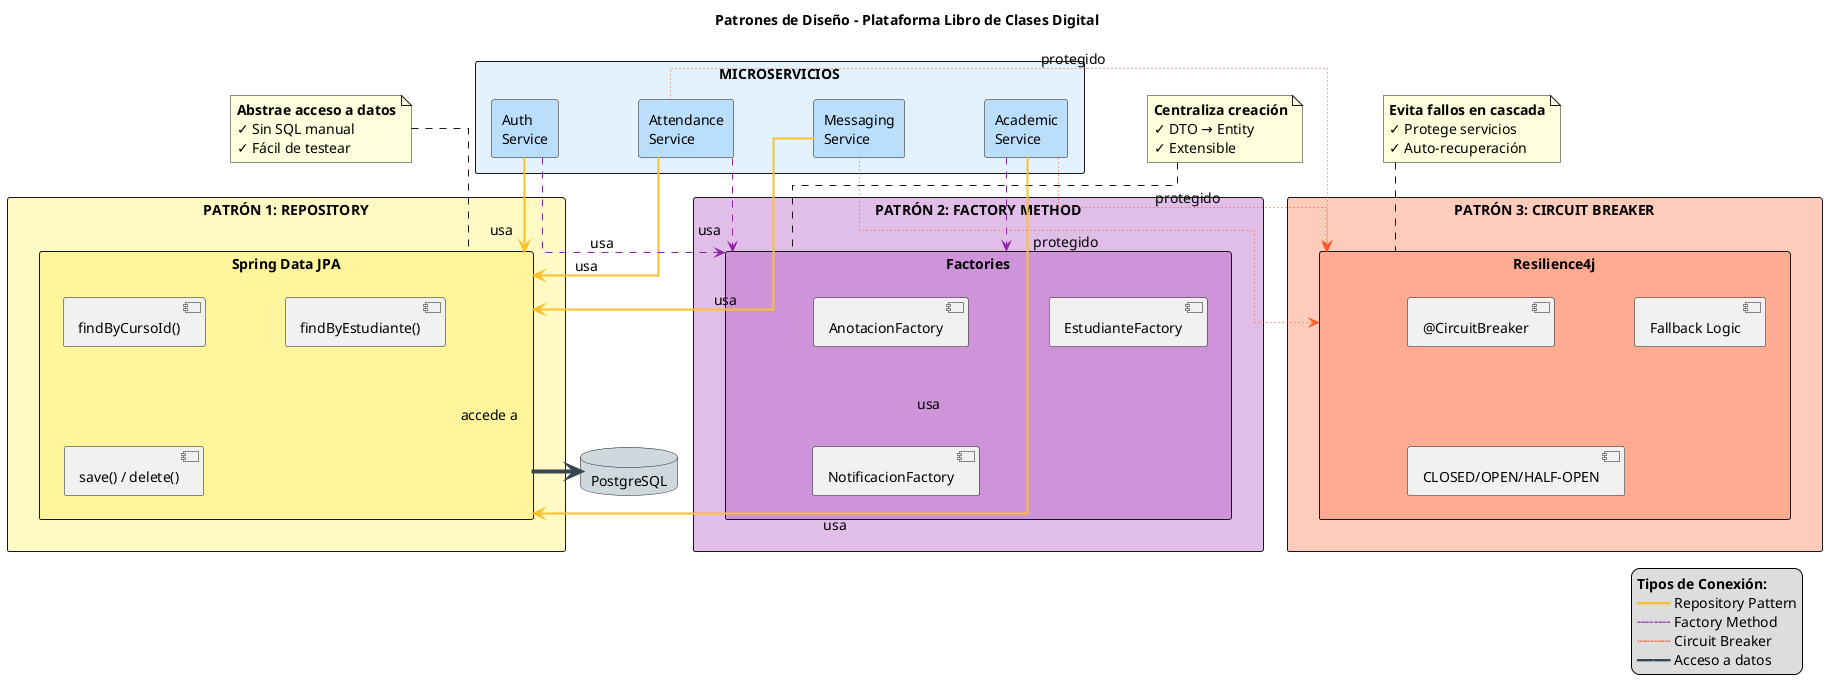
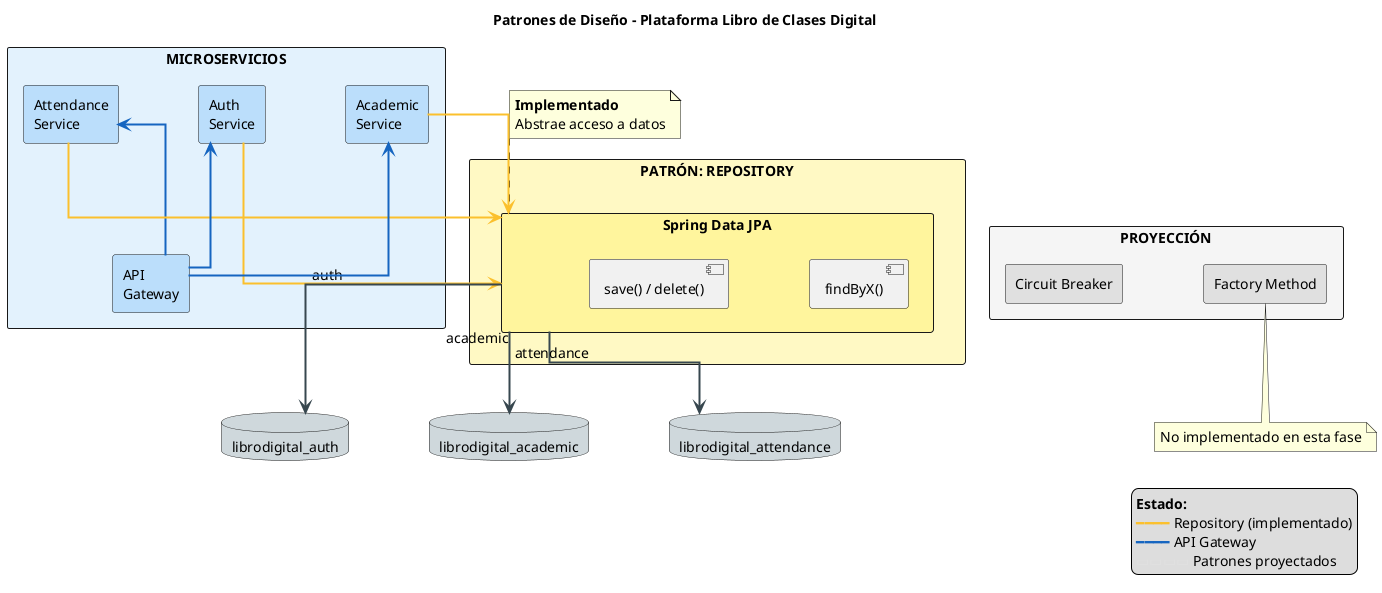
- @startuml patrones_diseno_simple
+ @startuml architecture_patterns_simple
title Patrones de Diseño - Plataforma Libro de Clases Digital

skinparam shadowing false
skinparam defaultFontSize 14
skinparam packageStyle rectangle
skinparam linetype ortho
skinparam nodesep 80
skinparam ranksep 100

' ============================================
- ' CAPA 1: MICROSERVICIOS
+ ' CAPA 1: MICROSERVICIOS (implementados)
' ============================================
package "MICROSERVICIOS" #E3F2FD {
    rectangle "Auth\nService" as auth #BBDEFB
    rectangle "Academic\nService" as academic #BBDEFB
    rectangle "Attendance\nService" as attendance #BBDEFB
-     rectangle "Messaging\nService" as messaging #BBDEFB
+     rectangle "API\nGateway" as gateway #BBDEFB
}

- ' Espaciado invisible
auth -[hidden]right-> academic
academic -[hidden]right-> attendance
- attendance -[hidden]right-> messaging
+ attendance -[hidden]right-> gateway

' ============================================
- ' CAPA 2: PATRONES DE DISEÑO
+ ' PATRÓN 1: REPOSITORY (implementado)
' ============================================
- 
- ' PATRÓN 1: REPOSITORY
- package "PATRÓN 1: REPOSITORY" #FFF9C4 {
+ package "PATRÓN: REPOSITORY" #FFF9C4 {
    rectangle "Spring Data JPA" as repo #FFF59D {
-         [findByCursoId()]
-         [findByEstudiante()]
+         [findByX()]
        [save() / delete()]
    }
}

note top of repo
-   <b>Abstrae acceso a datos</b>
-   ✓ Sin SQL manual
-   ✓ Fácil de testear
+   <b>Implementado</b>
+   Abstrae acceso a datos
end note

- ' PATRÓN 2: FACTORY METHOD
- package "PATRÓN 2: FACTORY METHOD" #E1BEE7 {
-     rectangle "Factories" as factory #CE93D8 {
-         [AnotacionFactory]
-         [EstudianteFactory]
-         [NotificacionFactory]
-     }
+ ' ============================================
+ ' PATRONES PROYECTADOS (no implementados)
+ ' ============================================
+ package "PROYECCIÓN" #F5F5F5 {
+     rectangle "Factory Method" as factory #E0E0E0
+     rectangle "Circuit Breaker" as circuit #E0E0E0
}

- note top of factory
-   <b>Centraliza creación</b>
-   ✓ DTO → Entity
-   ✓ Extensible
+ note bottom of factory
+   No implementado en esta fase
end note

- ' PATRÓN 3: CIRCUIT BREAKER
- package "PATRÓN 3: CIRCUIT BREAKER" #FFCCBC {
-     rectangle "Resilience4j" as circuit #FFAB91 {
-         [@CircuitBreaker]
-         [Fallback Logic]
-         [CLOSED/OPEN/HALF-OPEN]
-     }
- }
- 
- note top of circuit
-   <b>Evita fallos en cascada</b>
-   ✓ Protege servicios
-   ✓ Auto-recuperación
- end note
- 
- ' Alineación horizontal de patrones
repo -[hidden]right-> factory
- factory -[hidden]right-> circuit

' ============================================
- ' CAPA 3: BASE DE DATOS
+ ' BASES DE DATOS (database per service)
' ============================================
- database "PostgreSQL" as db #CFD8DC
+ database "librodigital_auth" as db_auth #CFD8DC
+ database "librodigital_academic" as db_academic #CFD8DC
+ database "librodigital_attendance" as db_attendance #CFD8DC

' ============================================
- ' CONEXIONES - GRUPO 1: REPOSITORY
+ ' CONEXIONES
' ============================================
- auth -[#FBC02D,thickness=2]down-> repo : "   usa   "
- academic -[#FBC02D,thickness=2]down-> repo : "   usa   "
- attendance -[#FBC02D,thickness=2]down-> repo : "   usa   "
- messaging -[#FBC02D,thickness=2]down-> repo : "   usa   "
+ auth -[#FBC02D,thickness=2]down-> repo
+ academic -[#FBC02D,thickness=2]down-> repo
+ attendance -[#FBC02D,thickness=2]down-> repo

- ' ============================================
- ' CONEXIONES - GRUPO 2: FACTORY METHOD
- ' ============================================
- auth -[#8E24AA,thickness=2,dashed]down-> factory : "   usa   "
- academic -[#8E24AA,thickness=2,dashed]down-> factory : "   usa   "
- attendance -[#8E24AA,thickness=2,dashed]down-> factory : "   usa   "
+ repo -[#37474F,thickness=2]down-> db_auth : auth
+ repo -[#37474F,thickness=2]down-> db_academic : academic
+ repo -[#37474F,thickness=2]down-> db_attendance : attendance

- ' ============================================
- ' CONEXIONES - GRUPO 3: CIRCUIT BREAKER
- ' ============================================
- academic -[#FF5722,thickness=3,dotted]down-> circuit : " protegido "
- attendance -[#FF5722,thickness=3,dotted]down-> circuit : " protegido "
- messaging -[#FF5722,thickness=3,dotted]down-> circuit : " protegido "
+ gateway -[#1565C0,thickness=2]up-> auth
+ gateway -[#1565C0,thickness=2]up-> academic
+ gateway -[#1565C0,thickness=2]up-> attendance

- ' ============================================
- ' CONEXIÓN A BASE DE DATOS
- ' ============================================
- repo -[#37474F,thickness=4]down-> db : "  accede a  "
- 
- ' ============================================
- ' LEYENDA
- ' ============================================
legend bottom right
-   <b>Tipos de Conexión:</b>
-   <color:#FBC02D>━━━━</color> Repository Pattern
-   <color:#8E24AA>╌╌╌╌</color> Factory Method
-   <color:#FF5722>┄┄┄┄</color> Circuit Breaker
-   <color:#37474F>━━━━</color> Acceso a datos
+   <b>Estado:</b>
+   <color:#FBC02D>━━━━</color> Repository (implementado)
+   <color:#1565C0>━━━━</color> API Gateway
+   <color:#E0E0E0>▭▭▭▭</color> Patrones proyectados
endlegend

@enduml
